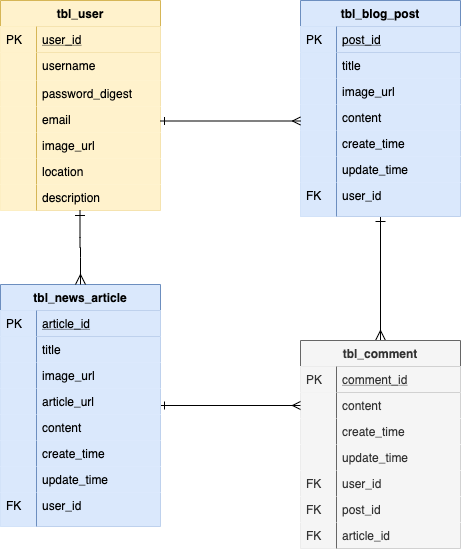
This is assets/Plus_Side_Diagram_Two_Posts.png from Sunnydayz77/the-plus-side, a draw.io export, as it was before one commit. Source tidied: cells renumbered, new cells last; positions are measured from the earlier drawing's top-left corner, leaving out a move shared by most shapes.
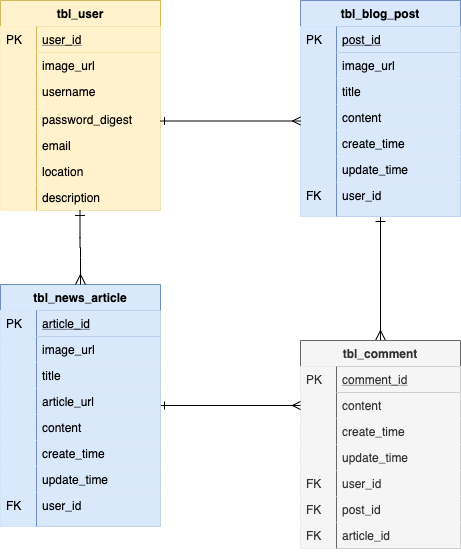
Later version of the same file.

The edit, as a diff of the source:
```diff
@@ -14,13 +14,13 @@
     <mxCell id="5" value="PK" style="shape=partialRectangle;top=0;left=0;bottom=0;fillColor=#dae8fc;align=left;verticalAlign=top;spacingLeft=4;spacingRight=4;overflow=hidden;strokeColor=#6c8ebf;" parent="4" vertex="1">
       <mxGeometry width="36" height="26" as="geometry" />
     </mxCell>
-    <mxCell id="6" value="title" style="shape=partialRectangle;top=0;left=0;right=0;bottom=0;align=left;verticalAlign=top;fillColor=#dae8fc;spacingLeft=40;spacingRight=4;overflow=hidden;rounded=0;shadow=0;strokeWidth=1;strokeColor=#6c8ebf;" parent="3" vertex="1">
+    <mxCell id="6" value="image_url" style="shape=partialRectangle;top=0;left=0;right=0;bottom=0;align=left;verticalAlign=top;fillColor=#dae8fc;spacingLeft=40;spacingRight=4;overflow=hidden;rounded=0;shadow=0;strokeWidth=1;strokeColor=#6c8ebf;" parent="3" vertex="1">
       <mxGeometry y="52" width="160" height="26" as="geometry" />
     </mxCell>
     <mxCell id="7" style="shape=partialRectangle;top=0;left=0;bottom=0;fillColor=#dae8fc;align=left;verticalAlign=top;spacingLeft=4;spacingRight=4;overflow=hidden;strokeColor=#6c8ebf;" parent="6" vertex="1">
       <mxGeometry width="36" height="26" as="geometry" />
     </mxCell>
-    <mxCell id="8" value="image_url" style="shape=partialRectangle;top=0;left=0;right=0;bottom=0;align=left;verticalAlign=top;fillColor=#dae8fc;spacingLeft=40;spacingRight=4;overflow=hidden;rounded=0;shadow=0;strokeWidth=1;strokeColor=#6c8ebf;" parent="3" vertex="1">
+    <mxCell id="8" value="title" style="shape=partialRectangle;top=0;left=0;right=0;bottom=0;align=left;verticalAlign=top;fillColor=#dae8fc;spacingLeft=40;spacingRight=4;overflow=hidden;rounded=0;shadow=0;strokeWidth=1;strokeColor=#6c8ebf;" parent="3" vertex="1">
       <mxGeometry y="78" width="160" height="26" as="geometry" />
     </mxCell>
     <mxCell id="9" style="shape=partialRectangle;top=0;left=0;bottom=0;fillColor=#dae8fc;align=left;verticalAlign=top;spacingLeft=4;spacingRight=4;overflow=hidden;strokeColor=#6c8ebf;" parent="8" vertex="1">
@@ -107,13 +107,13 @@
     <mxCell id="36" value="PK" style="shape=partialRectangle;top=0;left=0;bottom=0;fillColor=#dae8fc;align=left;verticalAlign=top;spacingLeft=4;spacingRight=4;overflow=hidden;strokeColor=#6c8ebf;" parent="35" vertex="1">
       <mxGeometry width="36" height="26" as="geometry" />
     </mxCell>
-    <mxCell id="37" value="title" style="shape=partialRectangle;top=0;left=0;right=0;bottom=0;align=left;verticalAlign=top;fillColor=#dae8fc;spacingLeft=40;spacingRight=4;overflow=hidden;rounded=0;shadow=0;strokeWidth=1;strokeColor=#6c8ebf;" parent="34" vertex="1">
+    <mxCell id="37" value="image_url" style="shape=partialRectangle;top=0;left=0;right=0;bottom=0;align=left;verticalAlign=top;fillColor=#dae8fc;spacingLeft=40;spacingRight=4;overflow=hidden;rounded=0;shadow=0;strokeWidth=1;strokeColor=#6c8ebf;" parent="34" vertex="1">
       <mxGeometry y="52" width="160" height="26" as="geometry" />
     </mxCell>
     <mxCell id="38" style="shape=partialRectangle;top=0;left=0;bottom=0;fillColor=#dae8fc;align=left;verticalAlign=top;spacingLeft=4;spacingRight=4;overflow=hidden;strokeColor=#6c8ebf;" parent="37" vertex="1">
       <mxGeometry width="36" height="26" as="geometry" />
     </mxCell>
-    <mxCell id="39" value="image_url" style="shape=partialRectangle;top=0;left=0;right=0;bottom=0;align=left;verticalAlign=top;fillColor=#dae8fc;spacingLeft=40;spacingRight=4;overflow=hidden;rounded=0;shadow=0;strokeWidth=1;strokeColor=#6c8ebf;" parent="34" vertex="1">
+    <mxCell id="39" value="title" style="shape=partialRectangle;top=0;left=0;right=0;bottom=0;align=left;verticalAlign=top;fillColor=#dae8fc;spacingLeft=40;spacingRight=4;overflow=hidden;rounded=0;shadow=0;strokeWidth=1;strokeColor=#6c8ebf;" parent="34" vertex="1">
       <mxGeometry y="78" width="160" height="26" as="geometry" />
     </mxCell>
     <mxCell id="40" style="shape=partialRectangle;top=0;left=0;bottom=0;fillColor=#dae8fc;align=left;verticalAlign=top;spacingLeft=4;spacingRight=4;overflow=hidden;strokeColor=#6c8ebf;" parent="39" vertex="1">
@@ -158,25 +158,25 @@
     <mxCell id="53" value="PK" style="shape=partialRectangle;top=0;left=0;bottom=0;fillColor=#fff2cc;align=left;verticalAlign=top;spacingLeft=4;spacingRight=4;overflow=hidden;strokeColor=#d6b656;" parent="52" vertex="1">
       <mxGeometry width="36" height="26" as="geometry" />
     </mxCell>
-    <mxCell id="54" value="username" style="shape=partialRectangle;top=0;left=0;right=0;bottom=0;align=left;verticalAlign=top;spacingLeft=40;spacingRight=4;overflow=hidden;rounded=0;shadow=0;strokeWidth=1;fillColor=#fff2cc;strokeColor=#D6B656;" parent="51" vertex="1">
-      <mxGeometry y="52" width="160" height="28" as="geometry" />
+    <mxCell id="54" value="image_url" style="shape=partialRectangle;top=0;left=0;right=0;bottom=0;align=left;verticalAlign=top;fillColor=#fff2cc;spacingLeft=40;spacingRight=4;overflow=hidden;rounded=0;shadow=0;strokeWidth=1;strokeColor=#d6b656;labelBorderColor=none;" parent="51" vertex="1">
+      <mxGeometry y="52" width="160" height="26" as="geometry" />
     </mxCell>
     <mxCell id="55" style="shape=partialRectangle;top=0;left=0;bottom=0;fillColor=#fff2cc;align=left;verticalAlign=top;spacingLeft=4;spacingRight=4;overflow=hidden;strokeColor=#d6b656;" parent="54" vertex="1">
-      <mxGeometry width="36" height="28" as="geometry" />
+      <mxGeometry width="36" height="26" as="geometry" />
     </mxCell>
-    <mxCell id="56" value="password_digest" style="shape=partialRectangle;top=0;left=0;right=0;bottom=0;align=left;verticalAlign=top;fillColor=#fff2cc;spacingLeft=40;spacingRight=4;overflow=hidden;rounded=0;shadow=0;strokeWidth=1;strokeColor=#d6b656;" parent="51" vertex="1">
-      <mxGeometry y="80" width="160" height="26" as="geometry" />
+    <mxCell id="56" value="username" style="shape=partialRectangle;top=0;left=0;right=0;bottom=0;align=left;verticalAlign=top;spacingLeft=40;spacingRight=4;overflow=hidden;rounded=0;shadow=0;strokeWidth=1;fillColor=#fff2cc;strokeColor=#D6B656;" parent="51" vertex="1">
+      <mxGeometry y="78" width="160" height="28" as="geometry" />
     </mxCell>
     <mxCell id="57" style="shape=partialRectangle;top=0;left=0;bottom=0;fillColor=#fff2cc;align=left;verticalAlign=top;spacingLeft=4;spacingRight=4;overflow=hidden;strokeColor=#d6b656;" parent="56" vertex="1">
-      <mxGeometry width="36" height="26" as="geometry" />
+      <mxGeometry width="36" height="28" as="geometry" />
     </mxCell>
-    <mxCell id="58" value="email" style="shape=partialRectangle;top=0;left=0;right=0;bottom=0;align=left;verticalAlign=top;fillColor=#fff2cc;spacingLeft=40;spacingRight=4;overflow=hidden;rounded=0;shadow=0;strokeWidth=1;strokeColor=#d6b656;" parent="51" vertex="1">
+    <mxCell id="58" value="password_digest" style="shape=partialRectangle;top=0;left=0;right=0;bottom=0;align=left;verticalAlign=top;fillColor=#fff2cc;spacingLeft=40;spacingRight=4;overflow=hidden;rounded=0;shadow=0;strokeWidth=1;strokeColor=#d6b656;" parent="51" vertex="1">
       <mxGeometry y="106" width="160" height="26" as="geometry" />
     </mxCell>
     <mxCell id="59" style="shape=partialRectangle;top=0;left=0;bottom=0;fillColor=#fff2cc;align=left;verticalAlign=top;spacingLeft=4;spacingRight=4;overflow=hidden;strokeColor=#d6b656;" parent="58" vertex="1">
       <mxGeometry width="36" height="26" as="geometry" />
     </mxCell>
-    <mxCell id="60" value="image_url" style="shape=partialRectangle;top=0;left=0;right=0;bottom=0;align=left;verticalAlign=top;fillColor=#fff2cc;spacingLeft=40;spacingRight=4;overflow=hidden;rounded=0;shadow=0;strokeWidth=1;strokeColor=#d6b656;labelBorderColor=none;" parent="51" vertex="1">
+    <mxCell id="60" value="email" style="shape=partialRectangle;top=0;left=0;right=0;bottom=0;align=left;verticalAlign=top;fillColor=#fff2cc;spacingLeft=40;spacingRight=4;overflow=hidden;rounded=0;shadow=0;strokeWidth=1;strokeColor=#d6b656;" parent="51" vertex="1">
       <mxGeometry y="132" width="160" height="26" as="geometry" />
     </mxCell>
     <mxCell id="61" style="shape=partialRectangle;top=0;left=0;bottom=0;fillColor=#fff2cc;align=left;verticalAlign=top;spacingLeft=4;spacingRight=4;overflow=hidden;strokeColor=#d6b656;" parent="60" vertex="1">
```
